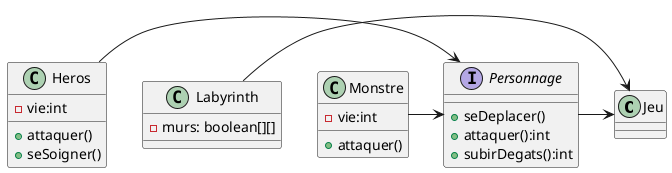
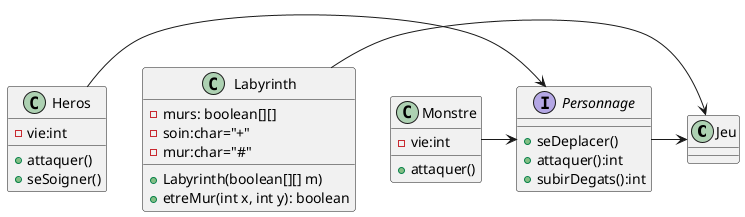
@startuml
'https://plantuml.com/class-diagram

class Jeu

interface Personnage{
+seDeplacer()
+attaquer():int
+subirDegats():int
}
class Heros{
-vie:int
+attaquer()
+seSoigner()
}
class Monstre{
-vie:int
+attaquer()
}

class Labyrinth{
-murs: boolean[][]
+ -soin:char="+"
+ -mur:char="#"
+ +Labyrinth(boolean[][] m)
+ +etreMur(int x, int y): boolean
}


Heros -> Personnage
Monstre -> Personnage
Personnage -> Jeu
Labyrinth -> Jeu



@enduml